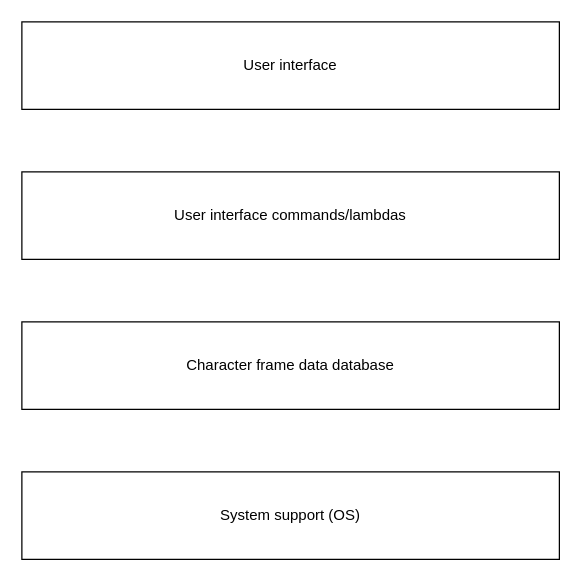
The draw.io diagram Architectural Design.drawio in aramis-matos/SkyboundDB, before the edit. Source tidied: cells renumbered, new cells numbered last; positions are measured from the earlier drawing's top-left corner, leaving out a move shared by most shapes. Both pictures are drawn from the tidied source at 125%, with x=0, y=0 at pixel (21, 21).
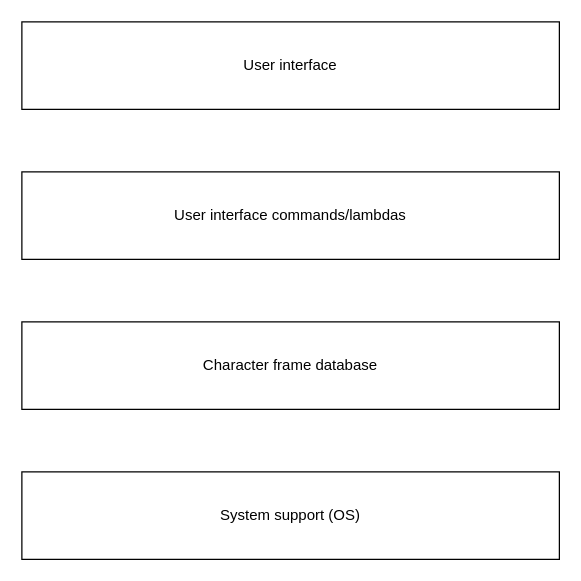
The same page after the edit.

Change to the diagram source:
```diff
@@
 <mxGraphModel>
   <root>
     <mxCell id="0" />
     <mxCell id="1" parent="0" />
     <mxCell id="2" value="User interface" style="rounded=0;whiteSpace=wrap;html=1;" parent="1" vertex="1">
       <mxGeometry width="430" height="70" as="geometry" />
     </mxCell>
     <mxCell id="3" value="User interface commands/lambdas" style="rounded=0;whiteSpace=wrap;html=1;" parent="1" vertex="1">
       <mxGeometry y="120" width="430" height="70" as="geometry" />
     </mxCell>
-    <mxCell id="4" value="Character frame data database" style="rounded=0;whiteSpace=wrap;html=1;" parent="1" vertex="1">
+    <mxCell id="4" value="Character frame database" style="rounded=0;whiteSpace=wrap;html=1;" parent="1" vertex="1">
       <mxGeometry y="240" width="430" height="70" as="geometry" />
     </mxCell>
     <mxCell id="5" value="System support (OS)" style="rounded=0;whiteSpace=wrap;html=1;" parent="1" vertex="1">
       <mxGeometry y="360" width="430" height="70" as="geometry" />
     </mxCell>
   </root>
 </mxGraphModel>
```
